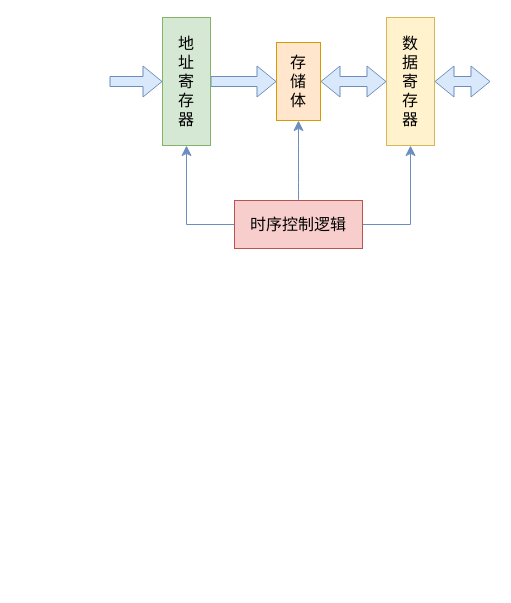
Before: Untitled Diagram.drawio in pengbin2367/draw.io, a draw.io diagram. Source tidied: cells renumbered, new cells numbered last; positions are measured from the earlier drawing's top-left corner, leaving out a move shared by most shapes. Both pictures are drawn from the tidied source at 100%, with x=0, y=0 at pixel (109, 17).
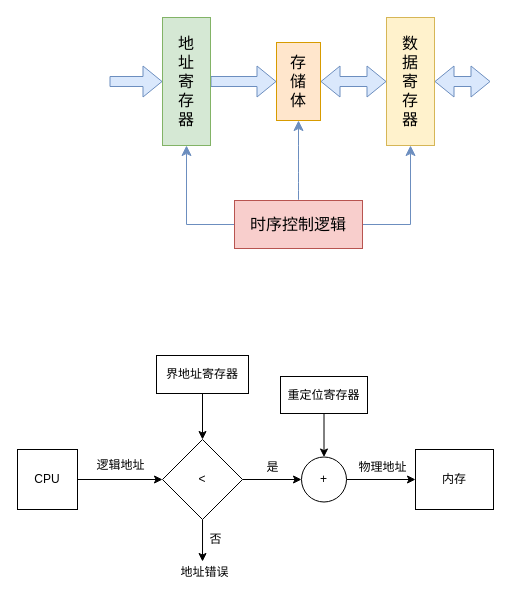
Above is the later version.

Diff of the diagram source:
```diff
@@
+    <mxCell id="13" style="edgeStyle=orthogonalEdgeStyle;rounded=0;jettySize=auto;html=1;entryX=0;entryY=0.5;entryDx=0;entryDy=0;" parent="1" edge="1" source="14" target="17">
+      <mxGeometry relative="1" as="geometry" />
+    </mxCell>
+    <mxCell id="14" value="CPU" style="rounded=0;whiteSpace=wrap;html=1;" parent="1" vertex="1">
+      <mxGeometry x="-92" y="432" width="60" height="60" as="geometry" />
+    </mxCell>
+    <mxCell id="15" style="edgeStyle=orthogonalEdgeStyle;rounded=0;jettySize=auto;html=1;entryX=0;entryY=0.5;entryDx=0;entryDy=0;" parent="1" edge="1" source="17" target="19">
+      <mxGeometry relative="1" as="geometry" />
+    </mxCell>
+    <mxCell id="16" style="edgeStyle=orthogonalEdgeStyle;rounded=0;jettySize=auto;html=1;entryX=0.47;entryY=0.077;entryDx=0;entryDy=0;entryPerimeter=0;" parent="1" edge="1" source="17" target="29">
+      <mxGeometry relative="1" as="geometry" />
+    </mxCell>
+    <mxCell id="17" value="&amp;lt;" style="rhombus;whiteSpace=wrap;html=1;" parent="1" vertex="1">
+      <mxGeometry x="53" y="422" width="80" height="80" as="geometry" />
+    </mxCell>
+    <mxCell id="18" style="edgeStyle=orthogonalEdgeStyle;rounded=0;jettySize=auto;html=1;" parent="1" edge="1" source="19" target="20">
+      <mxGeometry relative="1" as="geometry" />
+    </mxCell>
+    <mxCell id="19" value="+" style="ellipse;whiteSpace=wrap;html=1;" parent="1" vertex="1">
+      <mxGeometry x="192" y="439.5" width="45" height="45" as="geometry" />
+    </mxCell>
+    <mxCell id="20" value="内存" style="rounded=0;whiteSpace=wrap;html=1;" parent="1" vertex="1">
+      <mxGeometry x="306" y="432" width="78" height="60" as="geometry" />
+    </mxCell>
+    <mxCell id="21" style="edgeStyle=orthogonalEdgeStyle;rounded=0;jettySize=auto;html=1;entryX=0.5;entryY=0;entryDx=0;entryDy=0;" parent="1" edge="1" source="22" target="17">
+      <mxGeometry relative="1" as="geometry" />
+    </mxCell>
+    <mxCell id="22" value="界地址寄存器" style="rounded=0;whiteSpace=wrap;html=1;" parent="1" vertex="1">
+      <mxGeometry x="47" y="338" width="92" height="38" as="geometry" />
+    </mxCell>
+    <mxCell id="23" style="edgeStyle=orthogonalEdgeStyle;rounded=0;jettySize=auto;html=1;entryX=0.5;entryY=0;entryDx=0;entryDy=0;" parent="1" edge="1" source="24" target="19">
+      <mxGeometry relative="1" as="geometry" />
+    </mxCell>
+    <mxCell id="24" value="重定位寄存器" style="rounded=0;whiteSpace=wrap;html=1;" parent="1" vertex="1">
+      <mxGeometry x="171" y="359" width="87" height="37" as="geometry" />
+    </mxCell>
+    <mxCell id="25" value="逻辑地址" style="text;html=1;align=center;verticalAlign=middle;strokeColor=none;fillColor=none;" parent="1" vertex="1">
+      <mxGeometry x="-22" y="435" width="66" height="26" as="geometry" />
+    </mxCell>
+    <mxCell id="26" value="是" style="text;html=1;align=center;verticalAlign=middle;strokeColor=none;fillColor=none;" parent="1" vertex="1">
+      <mxGeometry x="148" y="437" width="30" height="26" as="geometry" />
+    </mxCell>
+    <mxCell id="27" value="物理地址" style="text;html=1;align=center;verticalAlign=middle;strokeColor=none;fillColor=none;" parent="1" vertex="1">
+      <mxGeometry x="240" y="437" width="66" height="26" as="geometry" />
+    </mxCell>
+    <mxCell id="28" value="否" style="text;html=1;align=center;verticalAlign=middle;strokeColor=none;fillColor=none;" parent="1" vertex="1">
+      <mxGeometry x="91" y="509" width="30" height="26" as="geometry" />
+    </mxCell>
+    <mxCell id="29" value="地址错误" style="text;html=1;align=center;verticalAlign=middle;points=[];strokeColor=none;fillColor=none;" parent="1" vertex="1">
+      <mxGeometry x="62" y="542" width="66" height="26" as="geometry" />
+    </mxCell>
```
